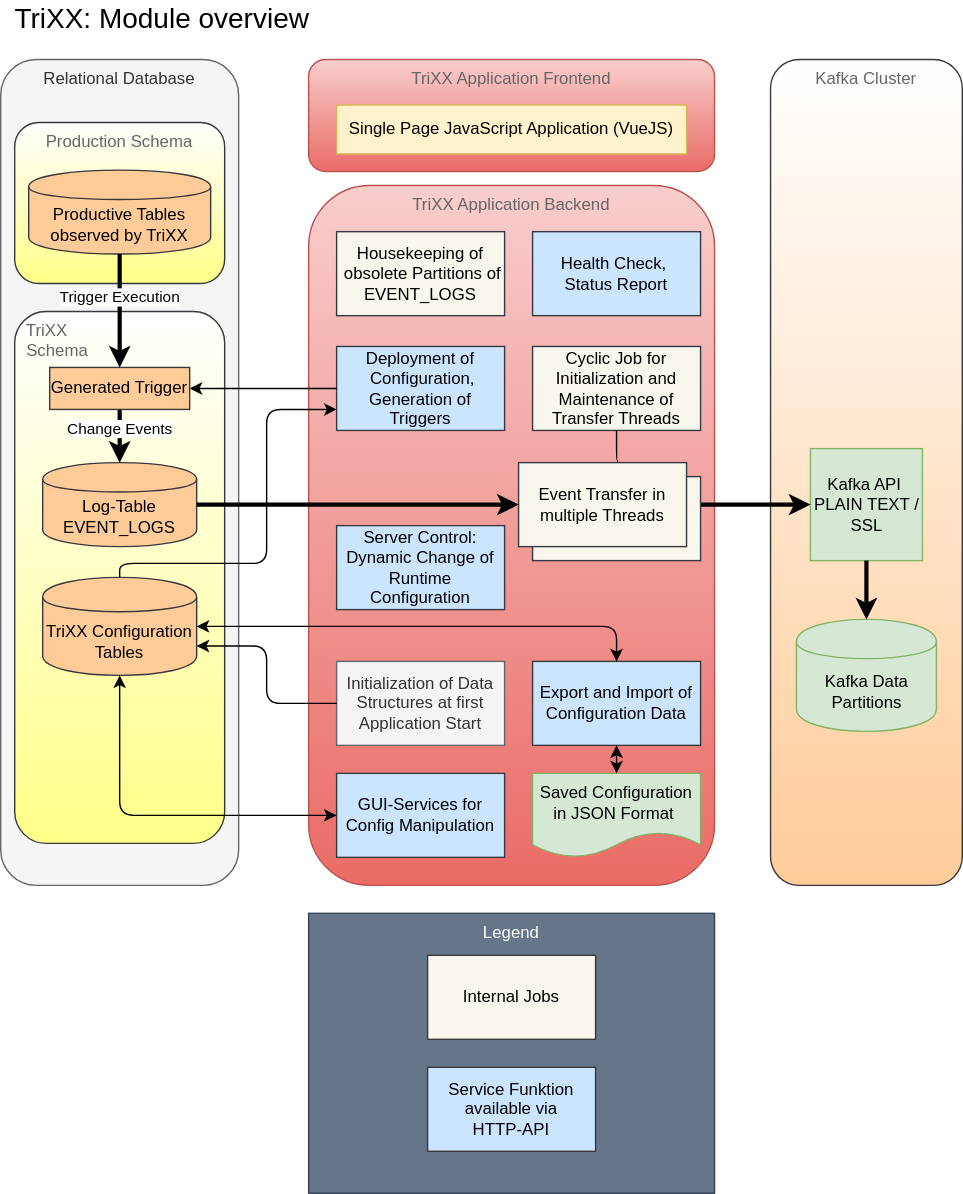
Above: doc/images/trixx_module_overview.svg in osp-ottogroup/movex-cdc (draw.io), before the change. Source tidied: cells renumbered, new cells last; positions are measured from the earlier drawing's top-left corner, leaving out a move shared by most shapes.
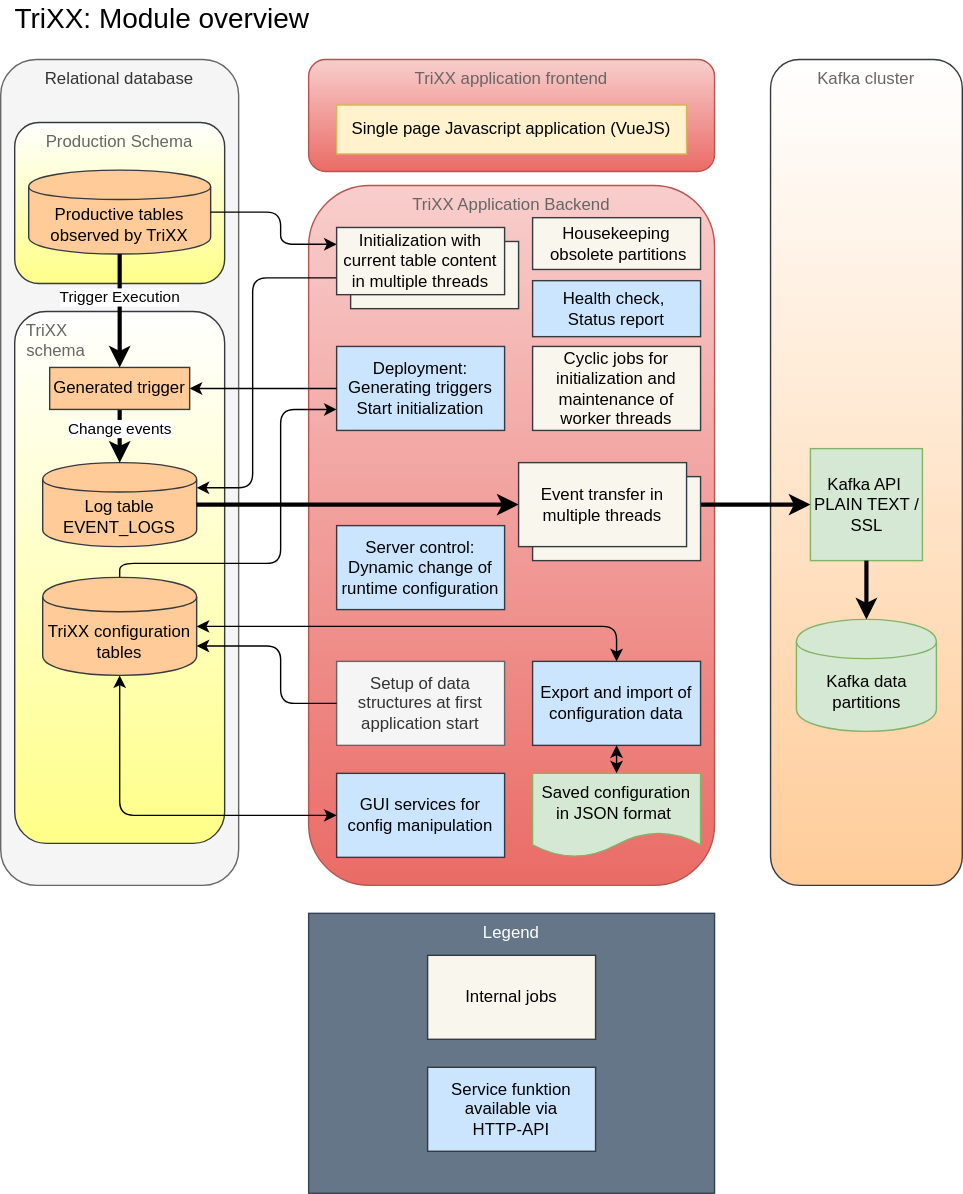
The same diagram one commit later.

The edit, as a diff of the source:
```diff
@@ -5,16 +5,16 @@
     <mxCell id="2" value="&lt;font style=&quot;font-size: 20px&quot;&gt;TriXX: Module overview&lt;/font&gt;" style="text;html=1;align=center;verticalAlign=middle;fillColor=none;strokeColor=none;rounded=0;" parent="1" vertex="1">
       <mxGeometry width="230" height="20" as="geometry" />
     </mxCell>
-    <mxCell id="3" value="Relational Database" style="rounded=1;whiteSpace=wrap;html=1;align=center;verticalAlign=top;labelBackgroundColor=none;fillColor=#f5f5f5;strokeColor=#666666;gradientDirection=north;fontColor=#333333;" parent="1" vertex="1">
+    <mxCell id="3" value="Relational database" style="rounded=1;whiteSpace=wrap;html=1;align=center;verticalAlign=top;labelBackgroundColor=none;fillColor=#f5f5f5;strokeColor=#666666;gradientDirection=north;fontColor=#333333;" parent="1" vertex="1">
       <mxGeometry y="40" width="170" height="590" as="geometry" />
     </mxCell>
     <mxCell id="4" value="&lt;font color=&quot;#666666&quot;&gt;TriXX Application Backend&lt;/font&gt;" style="rounded=1;whiteSpace=wrap;html=1;align=center;verticalAlign=top;labelBackgroundColor=none;fillColor=#f8cecc;strokeColor=#b85450;gradientColor=#ea6b66;" parent="1" vertex="1">
       <mxGeometry x="220" y="130" width="290" height="500" as="geometry" />
     </mxCell>
-    <mxCell id="5" value="&lt;font color=&quot;#666666&quot;&gt;Kafka Cluster&lt;/font&gt;" style="rounded=1;whiteSpace=wrap;html=1;align=center;verticalAlign=top;labelBackgroundColor=none;fillColor=#ffcc99;strokeColor=#36393d;gradientColor=#ffffff;gradientDirection=north;" parent="1" vertex="1">
+    <mxCell id="5" value="&lt;font color=&quot;#666666&quot;&gt;Kafka cluster&lt;/font&gt;" style="rounded=1;whiteSpace=wrap;html=1;align=center;verticalAlign=top;labelBackgroundColor=none;fillColor=#ffcc99;strokeColor=#36393d;gradientColor=#ffffff;gradientDirection=north;" parent="1" vertex="1">
       <mxGeometry x="550" y="40" width="137" height="590" as="geometry" />
     </mxCell>
-    <mxCell id="6" value="Kafka Data Partitions" style="shape=cylinder;whiteSpace=wrap;html=1;boundedLbl=1;backgroundOutline=1;labelBackgroundColor=none;align=center;fillColor=#d5e8d4;strokeColor=#82b366;" parent="1" vertex="1">
+    <mxCell id="6" value="Kafka data partitions" style="shape=cylinder;whiteSpace=wrap;html=1;boundedLbl=1;backgroundOutline=1;labelBackgroundColor=none;align=center;fillColor=#d5e8d4;strokeColor=#82b366;" parent="1" vertex="1">
       <mxGeometry x="568.5" y="440" width="100" height="80" as="geometry" />
     </mxCell>
     <mxCell id="7" value="Kafka API&amp;nbsp;&lt;br&gt;PLAIN TEXT / SSL" style="whiteSpace=wrap;html=1;labelBackgroundColor=none;align=center;fillColor=#d5e8d4;strokeColor=#82b366;" parent="1" vertex="1">
@@ -23,60 +23,60 @@
     <mxCell id="8" value="&lt;font color=&quot;#666666&quot;&gt;Production Schema&lt;/font&gt;" style="rounded=1;whiteSpace=wrap;html=1;align=center;verticalAlign=top;labelBackgroundColor=none;fillColor=#ffff88;strokeColor=#36393d;gradientColor=#ffffff;gradientDirection=north;" parent="1" vertex="1">
       <mxGeometry x="10" y="85" width="150" height="115" as="geometry" />
     </mxCell>
-    <mxCell id="9" value="&lt;font color=&quot;#666666&quot;&gt;&amp;nbsp; TriXX&lt;br&gt;&amp;nbsp; Schema&lt;/font&gt;" style="rounded=1;whiteSpace=wrap;html=1;align=left;verticalAlign=top;labelBackgroundColor=none;fillColor=#ffff88;strokeColor=#36393d;gradientColor=#ffffff;gradientDirection=north;" parent="1" vertex="1">
+    <mxCell id="9" value="&lt;font color=&quot;#666666&quot;&gt;&amp;nbsp; TriXX&lt;br&gt;&amp;nbsp; schema&lt;/font&gt;" style="rounded=1;whiteSpace=wrap;html=1;align=left;verticalAlign=top;labelBackgroundColor=none;fillColor=#ffff88;strokeColor=#36393d;gradientColor=#ffffff;gradientDirection=north;" parent="1" vertex="1">
       <mxGeometry x="10" y="220" width="150" height="380" as="geometry" />
     </mxCell>
-    <mxCell id="10" value="Log-Table EVENT_LOGS" style="shape=cylinder;whiteSpace=wrap;html=1;boundedLbl=1;backgroundOutline=1;labelBackgroundColor=none;align=center;fillColor=#ffcc99;strokeColor=#36393d;" parent="1" vertex="1">
+    <mxCell id="10" value="Log table EVENT_LOGS" style="shape=cylinder;whiteSpace=wrap;html=1;boundedLbl=1;backgroundOutline=1;labelBackgroundColor=none;align=center;fillColor=#ffcc99;strokeColor=#36393d;" parent="1" vertex="1">
       <mxGeometry x="30" y="328" width="110" height="60" as="geometry" />
     </mxCell>
     <mxCell id="11" style="edgeStyle=orthogonalEdgeStyle;rounded=1;jettySize=auto;html=1;exitX=0.5;exitY=0;exitDx=0;exitDy=0;entryX=0;entryY=0.75;entryDx=0;entryDy=0;" parent="1" edge="1" source="12" target="13">
       <mxGeometry relative="1" as="geometry">
         <Array as="points">
           <mxPoint x="85" y="400" />
-          <mxPoint x="190" y="400" />
-          <mxPoint x="190" y="290" />
+          <mxPoint x="200" y="400" />
+          <mxPoint x="200" y="290" />
         </Array>
       </mxGeometry>
     </mxCell>
-    <mxCell id="12" value="TriXX Configuration Tables" style="shape=cylinder;whiteSpace=wrap;html=1;boundedLbl=1;backgroundOutline=1;labelBackgroundColor=none;align=center;fillColor=#ffcc99;strokeColor=#36393d;" parent="1" vertex="1">
+    <mxCell id="12" value="TriXX configuration tables" style="shape=cylinder;whiteSpace=wrap;html=1;boundedLbl=1;backgroundOutline=1;labelBackgroundColor=none;align=center;fillColor=#ffcc99;strokeColor=#36393d;" parent="1" vertex="1">
       <mxGeometry x="30" y="410" width="110" height="70" as="geometry" />
     </mxCell>
-    <mxCell id="13" value="Deployment of &amp;nbsp;Configuration, Generation of Triggers" style="rounded=0;whiteSpace=wrap;html=1;labelBackgroundColor=none;align=center;fillColor=#cce5ff;strokeColor=#36393d;" parent="1" vertex="1">
+    <mxCell id="13" value="Deployment: Generating triggers&lt;br&gt;Start initialization" style="rounded=0;whiteSpace=wrap;html=1;labelBackgroundColor=none;align=center;fillColor=#cce5ff;strokeColor=#36393d;" parent="1" vertex="1">
       <mxGeometry x="240" y="245" width="120" height="60" as="geometry" />
     </mxCell>
     <mxCell id="14" style="edgeStyle=orthogonalEdgeStyle;rounded=1;jettySize=auto;html=1;exitX=0;exitY=0.5;exitDx=0;exitDy=0;entryX=1;entryY=0.5;entryDx=0;entryDy=0;" parent="1" edge="1" source="13" target="40">
       <mxGeometry relative="1" as="geometry" />
     </mxCell>
-    <mxCell id="15" value="Initialization of Data Structures at first Application Start" style="rounded=0;whiteSpace=wrap;html=1;labelBackgroundColor=none;align=center;fillColor=#f5f5f5;strokeColor=#666666;fontColor=#333333;" parent="1" vertex="1">
+    <mxCell id="15" value="Setup of data structures at first application start" style="rounded=0;whiteSpace=wrap;html=1;labelBackgroundColor=none;align=center;fillColor=#f5f5f5;strokeColor=#666666;fontColor=#333333;" parent="1" vertex="1">
       <mxGeometry x="240" y="470" width="120" height="60" as="geometry" />
     </mxCell>
     <mxCell id="16" style="edgeStyle=orthogonalEdgeStyle;rounded=1;jettySize=auto;html=1;entryX=1;entryY=0.7;entryDx=0;entryDy=0;exitX=0;exitY=0.5;exitDx=0;exitDy=0;" parent="1" edge="1" source="15" target="12">
       <mxGeometry relative="1" as="geometry">
         <Array as="points">
-          <mxPoint x="190" y="500" />
-          <mxPoint x="190" y="459" />
+          <mxPoint x="200" y="500" />
+          <mxPoint x="200" y="459" />
         </Array>
       </mxGeometry>
     </mxCell>
-    <mxCell id="17" value="Export and Import of Configuration Data" style="rounded=0;whiteSpace=wrap;html=1;labelBackgroundColor=none;align=center;fillColor=#cce5ff;strokeColor=#36393d;" parent="1" vertex="1">
+    <mxCell id="17" value="Export and import of configuration data" style="rounded=0;whiteSpace=wrap;html=1;labelBackgroundColor=none;align=center;fillColor=#cce5ff;strokeColor=#36393d;" parent="1" vertex="1">
       <mxGeometry x="380" y="470" width="120" height="60" as="geometry" />
     </mxCell>
     <mxCell id="18" style="edgeStyle=orthogonalEdgeStyle;rounded=1;jettySize=auto;html=1;entryX=1;entryY=0.5;entryDx=0;entryDy=0;exitX=0.5;exitY=0;exitDx=0;exitDy=0;startArrow=classic;startFill=1;" parent="1" edge="1" source="17" target="12">
       <mxGeometry relative="1" as="geometry" />
     </mxCell>
-    <mxCell id="19" value="Saved Configuration in JSON Format&amp;nbsp;" style="shape=document;whiteSpace=wrap;html=1;boundedLbl=1;rounded=1;labelBackgroundColor=none;align=center;fillColor=#d5e8d4;strokeColor=#82b366;" parent="1" vertex="1">
+    <mxCell id="19" value="Saved configuration in JSON format&amp;nbsp;" style="shape=document;whiteSpace=wrap;html=1;boundedLbl=1;rounded=1;labelBackgroundColor=none;align=center;fillColor=#d5e8d4;strokeColor=#82b366;" parent="1" vertex="1">
       <mxGeometry x="380" y="550" width="120" height="60" as="geometry" />
     </mxCell>
     <mxCell id="20" style="edgeStyle=orthogonalEdgeStyle;rounded=1;jettySize=auto;html=1;exitX=0.5;exitY=1;exitDx=0;exitDy=0;startArrow=classic;startFill=1;" parent="1" edge="1" source="17" target="19">
       <mxGeometry relative="1" as="geometry" />
     </mxCell>
-    <mxCell id="21" value="GUI-Services for Config Manipulation" style="rounded=0;whiteSpace=wrap;html=1;labelBackgroundColor=none;align=center;fillColor=#cce5ff;strokeColor=#36393d;" parent="1" vertex="1">
+    <mxCell id="21" value="GUI services for config manipulation" style="rounded=0;whiteSpace=wrap;html=1;labelBackgroundColor=none;align=center;fillColor=#cce5ff;strokeColor=#36393d;" parent="1" vertex="1">
       <mxGeometry x="240" y="550" width="120" height="60" as="geometry" />
     </mxCell>
     <mxCell id="22" style="edgeStyle=orthogonalEdgeStyle;rounded=1;jettySize=auto;html=1;entryX=0.5;entryY=1;entryDx=0;entryDy=0;exitX=0;exitY=0.5;exitDx=0;exitDy=0;startArrow=classic;startFill=1;" parent="1" edge="1" source="21" target="12">
       <mxGeometry relative="1" as="geometry" />
     </mxCell>
-    <mxCell id="23" value="Change&amp;nbsp;Events" style="edgeStyle=orthogonalEdgeStyle;rounded=1;jettySize=auto;html=1;exitX=0.5;exitY=1;exitDx=0;exitDy=0;entryX=0.5;entryY=0;entryDx=0;entryDy=0;strokeWidth=3;" parent="1" edge="1" source="40" target="10">
+    <mxCell id="23" value="Change events" style="edgeStyle=orthogonalEdgeStyle;rounded=1;jettySize=auto;html=1;exitX=0.5;exitY=1;exitDx=0;exitDy=0;entryX=0.5;entryY=0;entryDx=0;entryDy=0;strokeWidth=3;" parent="1" edge="1" source="40" target="10">
       <mxGeometry x="-0.24" relative="1" as="geometry" />
     </mxCell>
     <mxCell id="24" style="edgeStyle=orthogonalEdgeStyle;rounded=1;jettySize=auto;html=1;exitX=1;exitY=0.5;exitDx=0;exitDy=0;entryX=0;entryY=0.5;entryDx=0;entryDy=0;strokeWidth=3;" parent="1" edge="1" source="10" target="37">
@@ -88,48 +88,43 @@
     <mxCell id="26" style="edgeStyle=orthogonalEdgeStyle;rounded=1;jettySize=auto;html=1;exitX=0.5;exitY=1;exitDx=0;exitDy=0;entryX=0.5;entryY=0;entryDx=0;entryDy=0;strokeWidth=3;" parent="1" edge="1" source="7" target="6">
       <mxGeometry relative="1" as="geometry" />
     </mxCell>
-    <mxCell id="27" value="Cyclic Job for Initialization and Maintenance of Transfer Threads" style="rounded=0;whiteSpace=wrap;html=1;labelBackgroundColor=none;align=center;fillColor=#f9f7ed;strokeColor=#36393d;" parent="1" vertex="1">
+    <mxCell id="27" value="Cyclic jobs for initialization and maintenance of worker threads" style="rounded=0;whiteSpace=wrap;html=1;labelBackgroundColor=none;align=center;fillColor=#f9f7ed;strokeColor=#36393d;" parent="1" vertex="1">
       <mxGeometry x="380" y="245" width="120" height="60" as="geometry" />
     </mxCell>
-    <mxCell id="28" style="edgeStyle=orthogonalEdgeStyle;rounded=1;jettySize=auto;html=1;exitX=0.5;exitY=1;exitDx=0;exitDy=0;" parent="1" edge="1" source="27">
-      <mxGeometry relative="1" as="geometry">
-        <mxPoint x="441" y="348" as="targetPoint" />
-      </mxGeometry>
-    </mxCell>
-    <mxCell id="29" value="Health Check,&amp;nbsp;&lt;br&gt;Status Report" style="rounded=0;whiteSpace=wrap;html=1;labelBackgroundColor=none;align=center;fillColor=#cce5ff;strokeColor=#36393d;" parent="1" vertex="1">
-      <mxGeometry x="380" y="163" width="120" height="60" as="geometry" />
+    <mxCell id="29" value="Health check,&amp;nbsp;&lt;br&gt;Status report" style="rounded=0;whiteSpace=wrap;html=1;labelBackgroundColor=none;align=center;fillColor=#cce5ff;strokeColor=#36393d;" parent="1" vertex="1">
+      <mxGeometry x="380" y="198" width="120" height="40" as="geometry" />
     </mxCell>
-    <mxCell id="30" value="Housekeeping of &amp;nbsp;obsolete Partitions of EVENT_LOGS" style="rounded=0;whiteSpace=wrap;html=1;labelBackgroundColor=none;align=center;fillColor=#f9f7ed;strokeColor=#36393d;" parent="1" vertex="1">
-      <mxGeometry x="240" y="163" width="120" height="60" as="geometry" />
+    <mxCell id="30" value="Housekeeping &amp;nbsp;obsolete partitions" style="rounded=0;whiteSpace=wrap;html=1;labelBackgroundColor=none;align=center;fillColor=#f9f7ed;strokeColor=#36393d;" parent="1" vertex="1">
+      <mxGeometry x="380" y="153" width="120" height="37" as="geometry" />
     </mxCell>
     <mxCell id="31" value="Legend" style="rounded=0;whiteSpace=wrap;html=1;align=center;verticalAlign=top;labelBackgroundColor=none;gradientDirection=north;glass=0;shadow=0;sketch=0;fillColor=#647687;strokeColor=#314354;fontColor=#ffffff;" parent="1" vertex="1">
       <mxGeometry x="220" y="650" width="290" height="200" as="geometry" />
     </mxCell>
-    <mxCell id="32" value="Internal Jobs" style="rounded=0;whiteSpace=wrap;html=1;labelBackgroundColor=none;align=center;fillColor=#f9f7ed;strokeColor=#36393d;" parent="1" vertex="1">
+    <mxCell id="32" value="Internal jobs" style="rounded=0;whiteSpace=wrap;html=1;labelBackgroundColor=none;align=center;fillColor=#f9f7ed;strokeColor=#36393d;" parent="1" vertex="1">
       <mxGeometry x="305" y="680" width="120" height="60" as="geometry" />
     </mxCell>
-    <mxCell id="33" value="Service Funktion available via &lt;br&gt;HTTP-API" style="rounded=0;whiteSpace=wrap;html=1;labelBackgroundColor=none;align=center;fillColor=#cce5ff;strokeColor=#36393d;" parent="1" vertex="1">
+    <mxCell id="33" value="Service funktion available via &lt;br&gt;HTTP-API" style="rounded=0;whiteSpace=wrap;html=1;labelBackgroundColor=none;align=center;fillColor=#cce5ff;strokeColor=#36393d;" parent="1" vertex="1">
       <mxGeometry x="305" y="760" width="120" height="60" as="geometry" />
     </mxCell>
-    <mxCell id="34" value="&lt;font color=&quot;#666666&quot;&gt;TriXX Application Frontend&lt;/font&gt;" style="rounded=1;whiteSpace=wrap;html=1;align=center;verticalAlign=top;labelBackgroundColor=none;fillColor=#f8cecc;strokeColor=#b85450;gradientColor=#ea6b66;" parent="1" vertex="1">
+    <mxCell id="34" value="&lt;font color=&quot;#666666&quot;&gt;TriXX application frontend&lt;/font&gt;" style="rounded=1;whiteSpace=wrap;html=1;align=center;verticalAlign=top;labelBackgroundColor=none;fillColor=#f8cecc;strokeColor=#b85450;gradientColor=#ea6b66;" parent="1" vertex="1">
       <mxGeometry x="220" y="40" width="290" height="80" as="geometry" />
     </mxCell>
-    <mxCell id="35" value="Single Page JavaScript Application (VueJS)" style="rounded=0;whiteSpace=wrap;html=1;labelBackgroundColor=none;align=center;fillColor=#fff2cc;strokeColor=#d6b656;" parent="1" vertex="1">
+    <mxCell id="35" value="Single page Javascript application (VueJS)" style="rounded=0;whiteSpace=wrap;html=1;labelBackgroundColor=none;align=center;fillColor=#fff2cc;strokeColor=#d6b656;" parent="1" vertex="1">
       <mxGeometry x="240" y="72.5" width="250" height="35" as="geometry" />
     </mxCell>
     <mxCell id="36" value="Event Transfer in multiple Threads" style="rounded=0;whiteSpace=wrap;html=1;labelBackgroundColor=none;align=center;fillColor=#f9f7ed;strokeColor=#36393d;" parent="1" vertex="1">
       <mxGeometry x="380" y="338" width="120" height="60" as="geometry" />
     </mxCell>
-    <mxCell id="37" value="Event Transfer in multiple Threads" style="rounded=0;whiteSpace=wrap;html=1;labelBackgroundColor=none;align=center;fillColor=#f9f7ed;strokeColor=#36393d;" parent="1" vertex="1">
+    <mxCell id="37" value="Event transfer in multiple threads" style="rounded=0;whiteSpace=wrap;html=1;labelBackgroundColor=none;align=center;fillColor=#f9f7ed;strokeColor=#36393d;" parent="1" vertex="1">
       <mxGeometry x="370" y="328" width="120" height="60" as="geometry" />
     </mxCell>
-    <mxCell id="38" value="Server Control:&lt;br&gt;Dynamic Change of Runtime Configuration" style="rounded=0;whiteSpace=wrap;html=1;labelBackgroundColor=none;align=center;fillColor=#cce5ff;strokeColor=#36393d;" parent="1" vertex="1">
+    <mxCell id="38" value="Server control:&lt;br&gt;Dynamic change of runtime configuration" style="rounded=0;whiteSpace=wrap;html=1;labelBackgroundColor=none;align=center;fillColor=#cce5ff;strokeColor=#36393d;" parent="1" vertex="1">
       <mxGeometry x="240" y="373" width="120" height="60" as="geometry" />
     </mxCell>
-    <mxCell id="39" value="Productive Tables &lt;br&gt;observed by TriXX" style="shape=cylinder;whiteSpace=wrap;html=1;boundedLbl=1;backgroundOutline=1;labelBackgroundColor=none;align=center;fillColor=#ffcc99;strokeColor=#36393d;" parent="1" vertex="1">
+    <mxCell id="39" value="Productive tables &lt;br&gt;observed by TriXX" style="shape=cylinder;whiteSpace=wrap;html=1;boundedLbl=1;backgroundOutline=1;labelBackgroundColor=none;align=center;fillColor=#ffcc99;strokeColor=#36393d;" parent="1" vertex="1">
       <mxGeometry x="20" y="119" width="130" height="60" as="geometry" />
     </mxCell>
-    <mxCell id="40" value="Generated Trigger" style="rounded=0;whiteSpace=wrap;html=1;labelBackgroundColor=none;align=center;fillColor=#ffcc99;strokeColor=#36393d;" parent="1" vertex="1">
+    <mxCell id="40" value="Generated trigger" style="rounded=0;whiteSpace=wrap;html=1;labelBackgroundColor=none;align=center;fillColor=#ffcc99;strokeColor=#36393d;" parent="1" vertex="1">
       <mxGeometry x="35" y="260" width="100" height="30" as="geometry" />
     </mxCell>
     <mxCell id="41" value="Trigger Execution" style="edgeStyle=orthogonalEdgeStyle;rounded=1;jettySize=auto;html=1;exitX=0.5;exitY=1;exitDx=0;exitDy=0;strokeWidth=3;" parent="1" edge="1" source="39">
@@ -137,5 +132,27 @@
         <mxPoint x="85" y="260" as="targetPoint" />
       </mxGeometry>
     </mxCell>
+    <mxCell id="42" style="edgeStyle=orthogonalEdgeStyle;rounded=1;jettySize=auto;html=1;exitX=1;exitY=0.5;exitDx=0;exitDy=0;entryX=0;entryY=0.25;entryDx=0;entryDy=0;" parent="1" edge="1" source="39" target="45">
+      <mxGeometry relative="1" as="geometry">
+        <Array as="points">
+          <mxPoint x="200" y="149" />
+          <mxPoint x="200" y="172" />
+        </Array>
+      </mxGeometry>
+    </mxCell>
+    <mxCell id="43" style="rounded=0;whiteSpace=wrap;html=1;labelBackgroundColor=none;align=center;fillColor=#f9f7ed;strokeColor=#36393d;" parent="1" vertex="1">
+      <mxGeometry x="250" y="170" width="120" height="48" as="geometry" />
+    </mxCell>
+    <mxCell id="44" style="edgeStyle=orthogonalEdgeStyle;rounded=1;jettySize=auto;html=1;exitX=0;exitY=0.75;exitDx=0;exitDy=0;entryX=1;entryY=0.3;entryDx=0;entryDy=0;" parent="1" edge="1" source="45" target="10">
+      <mxGeometry relative="1" as="geometry">
+        <Array as="points">
+          <mxPoint x="180" y="196" />
+          <mxPoint x="180" y="346" />
+        </Array>
+      </mxGeometry>
+    </mxCell>
+    <mxCell id="45" value="Initialization with current table content&lt;br&gt;in multiple threads" style="rounded=0;whiteSpace=wrap;html=1;labelBackgroundColor=none;align=center;fillColor=#f9f7ed;strokeColor=#36393d;" parent="1" vertex="1">
+      <mxGeometry x="240" y="160" width="120" height="48" as="geometry" />
+    </mxCell>
   </root>
 </mxGraphModel>
```
